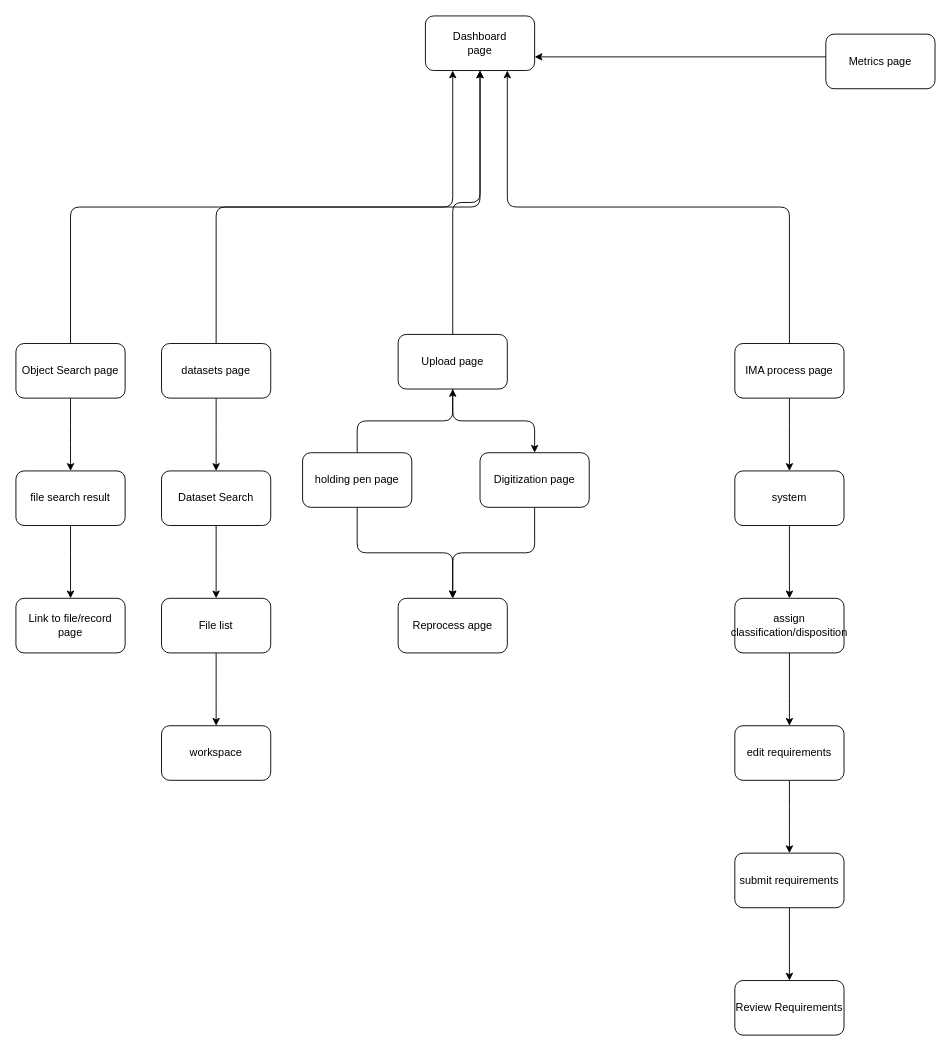
The draw.io diagram page "PageFlow" (2 of 3) of Drawings/Eva/Dashboard/Dashboard.drawio in RMSLowside/rmslow, before the edit. Source tidied: cells renumbered, new cells numbered last; positions are measured from the earlier drawing's top-left corner, leaving out a move shared by most shapes. Both pictures are drawn from the tidied source at 91%, with x=0, y=0 at pixel (15, 15).
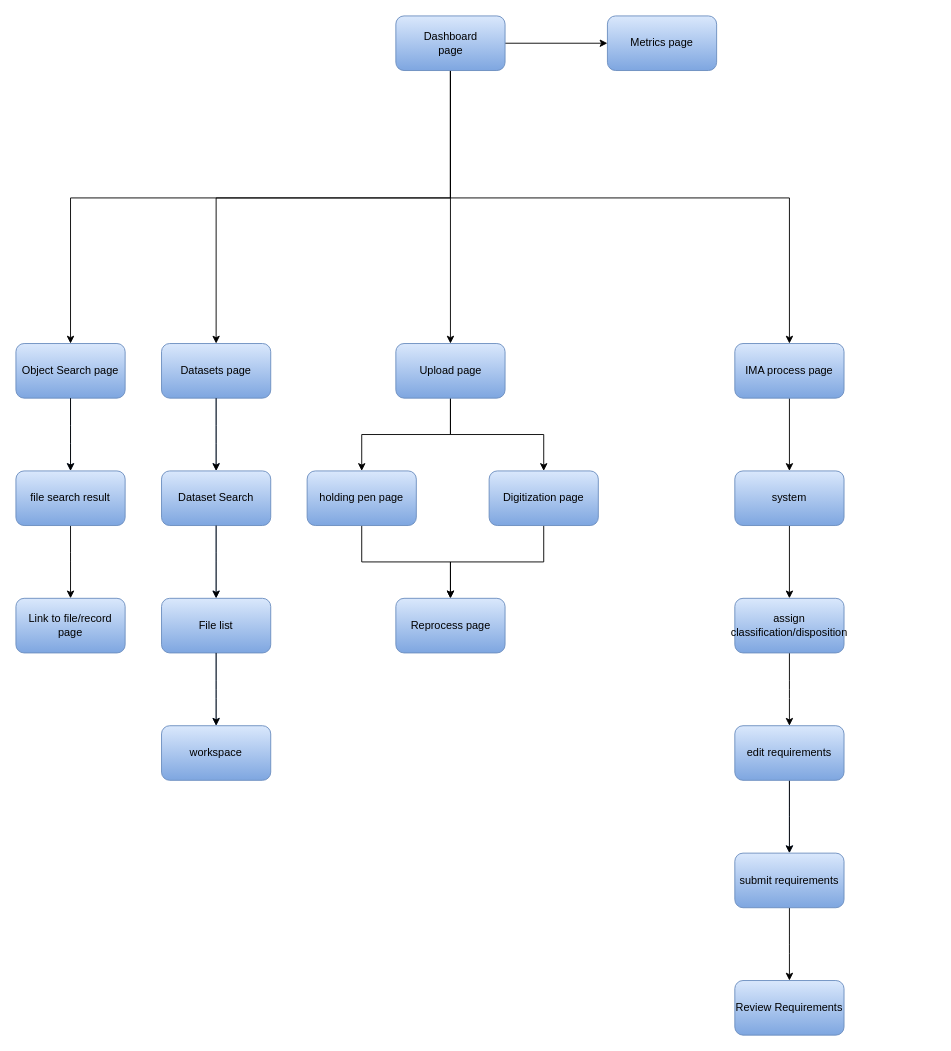
Above is the later version.

The edit, as a diff of the source:
```diff
@@
+    <mxCell id="40" style="edgeStyle=orthogonalEdgeStyle;rounded=0;jettySize=auto;html=1;exitX=1;exitY=0.5;exitDx=0;exitDy=0;endArrow=classic;endFill=1;strokeColor=#000000;" parent="1" edge="1" source="2" target="19">
+      <mxGeometry relative="1" as="geometry" />
+    </mxCell>
+    <mxCell id="41" style="edgeStyle=orthogonalEdgeStyle;rounded=0;jettySize=auto;html=1;endArrow=classic;endFill=1;strokeColor=#000000;" parent="1" edge="1" source="2" target="14">
+      <mxGeometry relative="1" as="geometry" />
+    </mxCell>
+    <mxCell id="42" style="edgeStyle=orthogonalEdgeStyle;rounded=0;jettySize=auto;html=1;endArrow=classic;endFill=1;strokeColor=#000000;" parent="1" edge="1" source="2" target="5">
+      <mxGeometry relative="1" as="geometry">
+        <Array as="points">
+          <mxPoint x="478" y="200" />
+          <mxPoint x="60" y="200" />
+        </Array>
+      </mxGeometry>
+    </mxCell>
+    <mxCell id="43" style="edgeStyle=orthogonalEdgeStyle;rounded=0;jettySize=auto;html=1;endArrow=classic;endFill=1;strokeColor=#000000;" parent="1" edge="1" source="2" target="8">
+      <mxGeometry relative="1" as="geometry">
+        <Array as="points">
+          <mxPoint x="478" y="200" />
+          <mxPoint x="850" y="200" />
+        </Array>
+      </mxGeometry>
+    </mxCell>
+    <mxCell id="44" style="edgeStyle=orthogonalEdgeStyle;rounded=0;jettySize=auto;html=1;endArrow=classic;endFill=1;strokeColor=#000000;" parent="1" edge="1" source="2" target="17">
+      <mxGeometry relative="1" as="geometry">
+        <Array as="points">
+          <mxPoint x="478" y="200" />
+          <mxPoint x="220" y="200" />
+        </Array>
+      </mxGeometry>
+    </mxCell>
-    <mxCell id="2" value="Dashboard&lt;br&gt;page" style="rounded=1;whiteSpace=wrap;html=1;" parent="1" vertex="1">
-      <mxGeometry x="450" width="120" height="60" as="geometry" />
+    <mxCell id="2" value="Dashboard&lt;br&gt;page" style="rounded=1;whiteSpace=wrap;html=1;fillColor=#DAE8FC;strokeColor=#6c8ebf;gradientColor=#7ea6e0;" parent="1" vertex="1">
+      <mxGeometry x="417.5" width="120" height="60" as="geometry" />
     </mxCell>
-    <mxCell id="3" style="edgeStyle=elbowEdgeStyle;jettySize=auto;html=1;exitX=0.5;exitY=0;exitDx=0;exitDy=0;entryX=0.5;entryY=1;entryDx=0;entryDy=0;elbow=vertical;rounded=1;" parent="1" edge="1" source="5" target="2">
-      <mxGeometry relative="1" as="geometry" />
-    </mxCell>
-    <mxCell id="4" style="edgeStyle=elbowEdgeStyle;rounded=1;jettySize=auto;elbow=vertical;html=1;" parent="1" edge="1" source="5" target="21">
+    <mxCell id="4" style="edgeStyle=elbowEdgeStyle;rounded=1;jettySize=auto;elbow=vertical;html=1;strokeColor=#6c8ebf;fontSize=12;fillColor=#DAE8FC;gradientColor=#7ea6e0;" parent="1" edge="1" source="5" target="21">
       <mxGeometry relative="1" as="geometry" />
     </mxCell>
-    <mxCell id="5" value="Object Search page" style="rounded=1;whiteSpace=wrap;html=1;" parent="1" vertex="1">
+    <mxCell id="5" value="Object Search page" style="rounded=1;whiteSpace=wrap;html=1;strokeColor=#6c8ebf;fillColor=#DAE8FC;gradientColor=#7ea6e0;" parent="1" vertex="1">
       <mxGeometry y="360" width="120" height="60" as="geometry" />
     </mxCell>
-    <mxCell id="6" style="edgeStyle=elbowEdgeStyle;rounded=1;jettySize=auto;elbow=vertical;html=1;entryX=0.75;entryY=1;entryDx=0;entryDy=0;" parent="1" edge="1" source="8" target="2">
-      <mxGeometry relative="1" as="geometry" />
-    </mxCell>
-    <mxCell id="7" style="edgeStyle=elbowEdgeStyle;rounded=1;jettySize=auto;elbow=vertical;html=1;" parent="1" edge="1" source="8" target="25">
+    <mxCell id="7" style="edgeStyle=orthogonalEdgeStyle;rounded=0;jettySize=auto;html=1;endArrow=classic;endFill=1;strokeColor=#000000;" parent="1" edge="1" source="8" target="25">
       <mxGeometry relative="1" as="geometry" />
     </mxCell>
-    <mxCell id="8" value="IMA process page" style="rounded=1;whiteSpace=wrap;html=1;" parent="1" vertex="1">
+    <mxCell id="8" value="IMA process page" style="rounded=1;whiteSpace=wrap;html=1;strokeColor=#6c8ebf;fillColor=#DAE8FC;gradientColor=#7ea6e0;" parent="1" vertex="1">
       <mxGeometry x="790" y="360" width="120" height="60" as="geometry" />
     </mxCell>
-    <mxCell id="9" style="edgeStyle=elbowEdgeStyle;rounded=1;jettySize=auto;elbow=vertical;html=1;" parent="1" edge="1" source="11" target="14">
-      <mxGeometry relative="1" as="geometry" />
-    </mxCell>
-    <mxCell id="10" style="edgeStyle=elbowEdgeStyle;rounded=1;jettySize=auto;elbow=vertical;html=1;" parent="1" edge="1" source="11" target="34">
+    <mxCell id="10" style="edgeStyle=orthogonalEdgeStyle;rounded=0;jettySize=auto;html=1;endArrow=classic;endFill=1;strokeColor=#000000;" parent="1" edge="1" source="11" target="34">
       <mxGeometry relative="1" as="geometry" />
     </mxCell>
-    <mxCell id="11" value="holding pen page" style="rounded=1;whiteSpace=wrap;html=1;" parent="1" vertex="1">
-      <mxGeometry x="315" y="480" width="120" height="60" as="geometry" />
+    <mxCell id="11" value="holding pen page" style="rounded=1;whiteSpace=wrap;html=1;strokeColor=#6c8ebf;fillColor=#DAE8FC;gradientColor=#7ea6e0;" parent="1" vertex="1">
+      <mxGeometry x="320" y="500" width="120" height="60" as="geometry" />
     </mxCell>
+    <mxCell id="45" style="edgeStyle=orthogonalEdgeStyle;rounded=0;jettySize=auto;html=1;endArrow=classic;endFill=1;strokeColor=#000000;" parent="1" edge="1" source="14" target="11">
+      <mxGeometry relative="1" as="geometry" />
+    </mxCell>
-    <mxCell id="12" style="edgeStyle=elbowEdgeStyle;rounded=1;jettySize=auto;elbow=vertical;html=1;" parent="1" edge="1" source="14" target="23">
+    <mxCell id="12" style="edgeStyle=orthogonalEdgeStyle;rounded=0;jettySize=auto;html=1;endArrow=classic;endFill=1;strokeColor=#000000;" parent="1" edge="1" source="14" target="23">
       <mxGeometry relative="1" as="geometry" />
     </mxCell>
-    <mxCell id="13" style="edgeStyle=elbowEdgeStyle;rounded=1;jettySize=auto;elbow=vertical;html=1;exitX=0.5;exitY=0;exitDx=0;exitDy=0;" parent="1" edge="1" source="14">
-      <mxGeometry relative="1" as="geometry">
-        <mxPoint x="510" y="60" as="targetPoint" />
-      </mxGeometry>
-    </mxCell>
-    <mxCell id="14" value="Upload page" style="rounded=1;whiteSpace=wrap;html=1;" parent="1" vertex="1">
-      <mxGeometry x="420" y="350" width="120" height="60" as="geometry" />
+    <mxCell id="14" value="Upload page" style="rounded=1;whiteSpace=wrap;html=1;strokeColor=#6c8ebf;fillColor=#DAE8FC;gradientColor=#7ea6e0;" parent="1" vertex="1">
+      <mxGeometry x="417.5" y="360" width="120" height="60" as="geometry" />
     </mxCell>
-    <mxCell id="15" style="edgeStyle=elbowEdgeStyle;rounded=1;jettySize=auto;elbow=vertical;html=1;entryX=0.25;entryY=1;entryDx=0;entryDy=0;" parent="1" edge="1" source="17" target="2">
-      <mxGeometry relative="1" as="geometry" />
-    </mxCell>
-    <mxCell id="16" style="edgeStyle=elbowEdgeStyle;rounded=1;jettySize=auto;elbow=vertical;html=1;" parent="1" edge="1" source="17" target="30">
+    <mxCell id="16" style="edgeStyle=elbowEdgeStyle;rounded=1;jettySize=auto;elbow=vertical;html=1;strokeColor=#6c8ebf;fontSize=12;fillColor=#DAE8FC;gradientColor=#7ea6e0;" parent="1" edge="1" source="17" target="30">
       <mxGeometry relative="1" as="geometry" />
     </mxCell>
-    <mxCell id="17" value="datasets page" style="rounded=1;whiteSpace=wrap;html=1;" parent="1" vertex="1">
+    <mxCell id="17" value="Datasets page" style="rounded=1;whiteSpace=wrap;html=1;strokeColor=#6c8ebf;fillColor=#DAE8FC;gradientColor=#7ea6e0;" parent="1" vertex="1">
       <mxGeometry x="160" y="360" width="120" height="60" as="geometry" />
     </mxCell>
-    <mxCell id="18" style="edgeStyle=elbowEdgeStyle;rounded=1;jettySize=auto;elbow=vertical;html=1;entryX=1;entryY=0.75;entryDx=0;entryDy=0;" parent="1" edge="1" source="19" target="2">
-      <mxGeometry relative="1" as="geometry">
-        <Array as="points">
-          <mxPoint x="690" y="45" />
-        </Array>
-      </mxGeometry>
-    </mxCell>
-    <mxCell id="19" value="Metrics page" style="rounded=1;whiteSpace=wrap;html=1;" parent="1" vertex="1">
-      <mxGeometry x="890" y="20" width="120" height="60" as="geometry" />
+    <mxCell id="19" value="Metrics page" style="rounded=1;whiteSpace=wrap;html=1;strokeColor=#6c8ebf;fillColor=#DAE8FC;gradientColor=#7ea6e0;" parent="1" vertex="1">
+      <mxGeometry x="650" width="120" height="60" as="geometry" />
     </mxCell>
-    <mxCell id="20" style="edgeStyle=elbowEdgeStyle;rounded=1;jettySize=auto;elbow=vertical;html=1;" parent="1" edge="1" source="21" target="28">
+    <mxCell id="20" style="edgeStyle=elbowEdgeStyle;rounded=1;jettySize=auto;elbow=vertical;html=1;fontSize=12;fillColor=#DAE8FC;gradientColor=#7ea6e0;" parent="1" edge="1" source="21" target="28">
       <mxGeometry relative="1" as="geometry" />
     </mxCell>
-    <mxCell id="21" value="file search result" style="rounded=1;whiteSpace=wrap;html=1;" parent="1" vertex="1">
+    <mxCell id="21" value="file search result" style="rounded=1;whiteSpace=wrap;html=1;strokeColor=#6c8ebf;fillColor=#DAE8FC;gradientColor=#7ea6e0;" parent="1" vertex="1">
       <mxGeometry y="500" width="120" height="60" as="geometry" />
     </mxCell>
-    <mxCell id="22" style="edgeStyle=elbowEdgeStyle;rounded=1;jettySize=auto;elbow=vertical;html=1;exitX=0.5;exitY=1;exitDx=0;exitDy=0;entryX=0.5;entryY=0;entryDx=0;entryDy=0;" parent="1" edge="1" source="23" target="34">
+    <mxCell id="22" style="edgeStyle=orthogonalEdgeStyle;rounded=0;jettySize=auto;html=1;entryX=0.5;entryY=0;entryDx=0;entryDy=0;endArrow=classic;endFill=1;strokeColor=#000000;" parent="1" edge="1" source="23" target="34">
       <mxGeometry relative="1" as="geometry" />
     </mxCell>
-    <mxCell id="23" value="Digitization page" style="rounded=1;whiteSpace=wrap;html=1;" parent="1" vertex="1">
-      <mxGeometry x="510" y="480" width="120" height="60" as="geometry" />
+    <mxCell id="23" value="Digitization page" style="rounded=1;whiteSpace=wrap;html=1;strokeColor=#6c8ebf;fillColor=#DAE8FC;gradientColor=#7ea6e0;" parent="1" vertex="1">
+      <mxGeometry x="520" y="500" width="120" height="60" as="geometry" />
     </mxCell>
-    <mxCell id="24" style="edgeStyle=elbowEdgeStyle;rounded=1;jettySize=auto;elbow=vertical;html=1;" parent="1" edge="1" source="25" target="27">
+    <mxCell id="24" style="edgeStyle=orthogonalEdgeStyle;rounded=0;jettySize=auto;html=1;endArrow=classic;endFill=1;strokeColor=#000000;" parent="1" edge="1" source="25" target="27">
       <mxGeometry relative="1" as="geometry" />
     </mxCell>
-    <mxCell id="25" value="system" style="rounded=1;whiteSpace=wrap;html=1;" parent="1" vertex="1">
+    <mxCell id="25" value="system" style="rounded=1;whiteSpace=wrap;html=1;strokeColor=#6c8ebf;fillColor=#DAE8FC;gradientColor=#7ea6e0;" parent="1" vertex="1">
       <mxGeometry x="790" y="500" width="120" height="60" as="geometry" />
     </mxCell>
-    <mxCell id="26" style="edgeStyle=elbowEdgeStyle;rounded=1;jettySize=auto;elbow=vertical;html=1;" parent="1" edge="1" source="27" target="36">
+    <mxCell id="26" style="edgeStyle=elbowEdgeStyle;rounded=1;jettySize=auto;elbow=vertical;html=1;fontSize=12;fillColor=#DAE8FC;gradientColor=#7ea6e0;" parent="1" edge="1" source="27" target="36">
       <mxGeometry relative="1" as="geometry" />
     </mxCell>
-    <mxCell id="27" value="assign classification/disposition" style="rounded=1;whiteSpace=wrap;html=1;" parent="1" vertex="1">
+    <mxCell id="27" value="assign classification/disposition" style="rounded=1;whiteSpace=wrap;html=1;strokeColor=#6c8ebf;fillColor=#DAE8FC;gradientColor=#7ea6e0;" parent="1" vertex="1">
       <mxGeometry x="790" y="640" width="120" height="60" as="geometry" />
     </mxCell>
-    <mxCell id="28" value="Link to file/record page" style="rounded=1;whiteSpace=wrap;html=1;" parent="1" vertex="1">
+    <mxCell id="28" value="Link to file/record page" style="rounded=1;whiteSpace=wrap;html=1;strokeColor=#6c8ebf;fillColor=#DAE8FC;gradientColor=#7ea6e0;" parent="1" vertex="1">
       <mxGeometry y="640" width="120" height="60" as="geometry" />
     </mxCell>
-    <mxCell id="29" style="edgeStyle=elbowEdgeStyle;rounded=1;jettySize=auto;elbow=vertical;html=1;" parent="1" edge="1" source="30" target="32">
+    <mxCell id="29" style="edgeStyle=elbowEdgeStyle;rounded=1;jettySize=auto;elbow=vertical;html=1;strokeColor=#6c8ebf;fontSize=12;fillColor=#DAE8FC;gradientColor=#7ea6e0;" parent="1" edge="1" source="30" target="32">
       <mxGeometry relative="1" as="geometry" />
     </mxCell>
-    <mxCell id="30" value="Dataset Search" style="rounded=1;whiteSpace=wrap;html=1;" parent="1" vertex="1">
+    <mxCell id="30" value="Dataset Search" style="rounded=1;whiteSpace=wrap;html=1;strokeColor=#6c8ebf;fillColor=#DAE8FC;gradientColor=#7ea6e0;" parent="1" vertex="1">
       <mxGeometry x="160" y="500" width="120" height="60" as="geometry" />
     </mxCell>
-    <mxCell id="31" style="edgeStyle=elbowEdgeStyle;rounded=1;jettySize=auto;elbow=vertical;html=1;" parent="1" edge="1" source="32" target="33">
+    <mxCell id="31" style="edgeStyle=elbowEdgeStyle;rounded=1;jettySize=auto;elbow=vertical;html=1;strokeColor=#6c8ebf;fontSize=12;fillColor=#DAE8FC;gradientColor=#7ea6e0;" parent="1" edge="1" source="32" target="33">
       <mxGeometry relative="1" as="geometry" />
     </mxCell>
-    <mxCell id="32" value="File list" style="rounded=1;whiteSpace=wrap;html=1;" parent="1" vertex="1">
+    <mxCell id="32" value="File list" style="rounded=1;whiteSpace=wrap;html=1;strokeColor=#6c8ebf;fillColor=#DAE8FC;gradientColor=#7ea6e0;" parent="1" vertex="1">
       <mxGeometry x="160" y="640" width="120" height="60" as="geometry" />
     </mxCell>
-    <mxCell id="33" value="workspace" style="rounded=1;whiteSpace=wrap;html=1;" parent="1" vertex="1">
+    <mxCell id="33" value="workspace" style="rounded=1;whiteSpace=wrap;html=1;strokeColor=#6c8ebf;fillColor=#DAE8FC;gradientColor=#7ea6e0;" parent="1" vertex="1">
       <mxGeometry x="160" y="780" width="120" height="60" as="geometry" />
     </mxCell>
-    <mxCell id="34" value="Reprocess apge" style="rounded=1;whiteSpace=wrap;html=1;" parent="1" vertex="1">
-      <mxGeometry x="420" y="640" width="120" height="60" as="geometry" />
+    <mxCell id="34" value="Reprocess page" style="rounded=1;whiteSpace=wrap;html=1;strokeColor=#6c8ebf;fillColor=#DAE8FC;gradientColor=#7ea6e0;" parent="1" vertex="1">
+      <mxGeometry x="417.5" y="640" width="120" height="60" as="geometry" />
     </mxCell>
-    <mxCell id="35" style="edgeStyle=elbowEdgeStyle;rounded=1;jettySize=auto;elbow=vertical;html=1;" parent="1" edge="1" source="36" target="38">
+    <mxCell id="35" style="edgeStyle=elbowEdgeStyle;rounded=1;jettySize=auto;elbow=vertical;html=1;strokeColor=#6c8ebf;fontSize=12;fillColor=#DAE8FC;gradientColor=#7ea6e0;" parent="1" edge="1" source="36" target="38">
       <mxGeometry relative="1" as="geometry" />
     </mxCell>
+    <mxCell id="46" style="edgeStyle=orthogonalEdgeStyle;rounded=0;jettySize=auto;html=1;strokeColor=#000000;" parent="1" edge="1" source="36">
+      <mxGeometry relative="1" as="geometry">
+        <mxPoint x="850" y="920" as="targetPoint" />
+      </mxGeometry>
+    </mxCell>
-    <mxCell id="36" value="edit requirements" style="rounded=1;whiteSpace=wrap;html=1;" parent="1" vertex="1">
+    <mxCell id="36" value="edit requirements" style="rounded=1;whiteSpace=wrap;html=1;strokeColor=#6c8ebf;fillColor=#DAE8FC;gradientColor=#7ea6e0;" parent="1" vertex="1">
       <mxGeometry x="790" y="780" width="120" height="60" as="geometry" />
     </mxCell>
-    <mxCell id="37" style="edgeStyle=elbowEdgeStyle;rounded=1;jettySize=auto;elbow=vertical;html=1;" parent="1" edge="1" source="38" target="39">
+    <mxCell id="37" style="edgeStyle=elbowEdgeStyle;rounded=1;jettySize=auto;elbow=vertical;html=1;fontSize=12;fillColor=#DAE8FC;gradientColor=#7ea6e0;" parent="1" edge="1" source="38" target="39">
       <mxGeometry relative="1" as="geometry" />
     </mxCell>
-    <mxCell id="38" value="submit requirements" style="rounded=1;whiteSpace=wrap;html=1;" parent="1" vertex="1">
+    <mxCell id="38" value="submit requirements" style="rounded=1;whiteSpace=wrap;html=1;strokeColor=#6c8ebf;fillColor=#DAE8FC;gradientColor=#7ea6e0;" parent="1" vertex="1">
       <mxGeometry x="790" y="920" width="120" height="60" as="geometry" />
     </mxCell>
-    <mxCell id="39" value="Review Requirements" style="rounded=1;whiteSpace=wrap;html=1;" parent="1" vertex="1">
+    <mxCell id="39" value="Review Requirements" style="rounded=1;whiteSpace=wrap;html=1;strokeColor=#6c8ebf;fillColor=#DAE8FC;gradientColor=#7ea6e0;" parent="1" vertex="1">
       <mxGeometry x="790" y="1060" width="120" height="60" as="geometry" />
     </mxCell>
+    <mxCell id="47" style="edgeStyle=elbowEdgeStyle;rounded=1;orthogonalLoop=1;jettySize=auto;elbow=vertical;html=1;fontSize=12;fillColor=#DAE8FC;gradientColor=#7ea6e0;" parent="1" edge="1">
+      <mxGeometry relative="1" as="geometry">
+        <mxPoint x="60" y="420" as="sourcePoint" />
+        <mxPoint x="60" y="500" as="targetPoint" />
+      </mxGeometry>
+    </mxCell>
+    <mxCell id="48" style="edgeStyle=elbowEdgeStyle;rounded=1;orthogonalLoop=1;jettySize=auto;elbow=vertical;html=1;fontSize=12;fillColor=#DAE8FC;gradientColor=#7ea6e0;" parent="1" edge="1">
+      <mxGeometry relative="1" as="geometry">
+        <mxPoint x="220" y="420" as="sourcePoint" />
+        <mxPoint x="220" y="500" as="targetPoint" />
+      </mxGeometry>
+    </mxCell>
+    <mxCell id="49" style="edgeStyle=elbowEdgeStyle;rounded=1;orthogonalLoop=1;jettySize=auto;elbow=vertical;html=1;fontSize=12;fillColor=#DAE8FC;gradientColor=#7ea6e0;" parent="1" edge="1">
+      <mxGeometry relative="1" as="geometry">
+        <mxPoint x="220" y="560" as="sourcePoint" />
+        <mxPoint x="220" y="640" as="targetPoint" />
+      </mxGeometry>
+    </mxCell>
+    <mxCell id="50" style="edgeStyle=elbowEdgeStyle;rounded=1;orthogonalLoop=1;jettySize=auto;elbow=vertical;html=1;fontSize=12;fillColor=#DAE8FC;gradientColor=#7ea6e0;" parent="1" edge="1">
+      <mxGeometry relative="1" as="geometry">
+        <mxPoint x="220" y="700" as="sourcePoint" />
+        <mxPoint x="220" y="780" as="targetPoint" />
+      </mxGeometry>
+    </mxCell>
```
